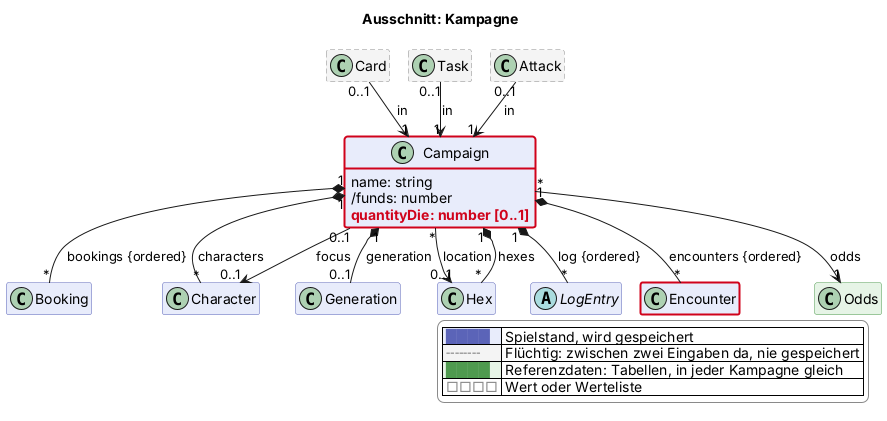
This is docs/views/kampagne.png from scuzzar/SRE, a PlantUML export, as it was before one commit.
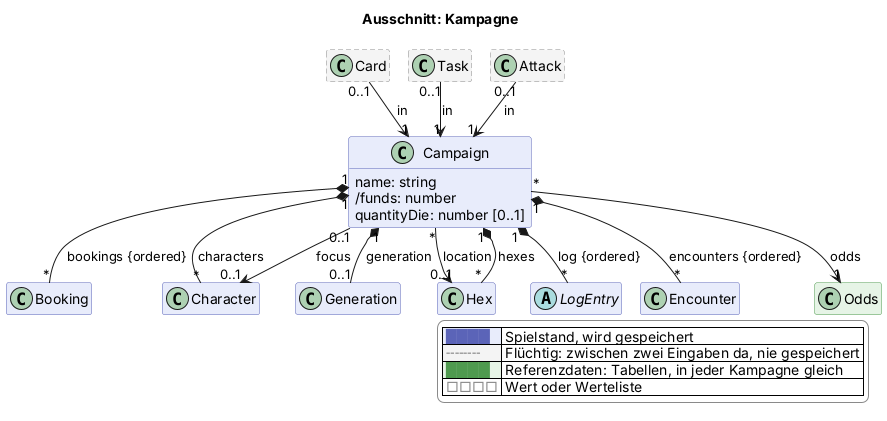
Later version of the same file.

Diff of the diagram source:
```diff
@@ -63,7 +63,7 @@
   class Campaign $kampagne {
     name: string
     /funds: number
-    $new("2026-11-06", "quantityDie: number [0..1]")
+    quantityDie: number [0..1]
   }
   class Booking $shop
   class Character $charakter
@@ -111,6 +111,4 @@
   |<#e6f4e6> <color:#4f9a4f>████</color> | Referenzdaten: Tabellen, in jeder Kampagne gleich |
   |<#ffffff> <color:#8a8a8a>□□□□</color> | Wert oder Werteliste |
 endlegend
-class Campaign #line:d0021b;line.bold
-class Encounter #line:d0021b;line.bold
 @enduml
```
